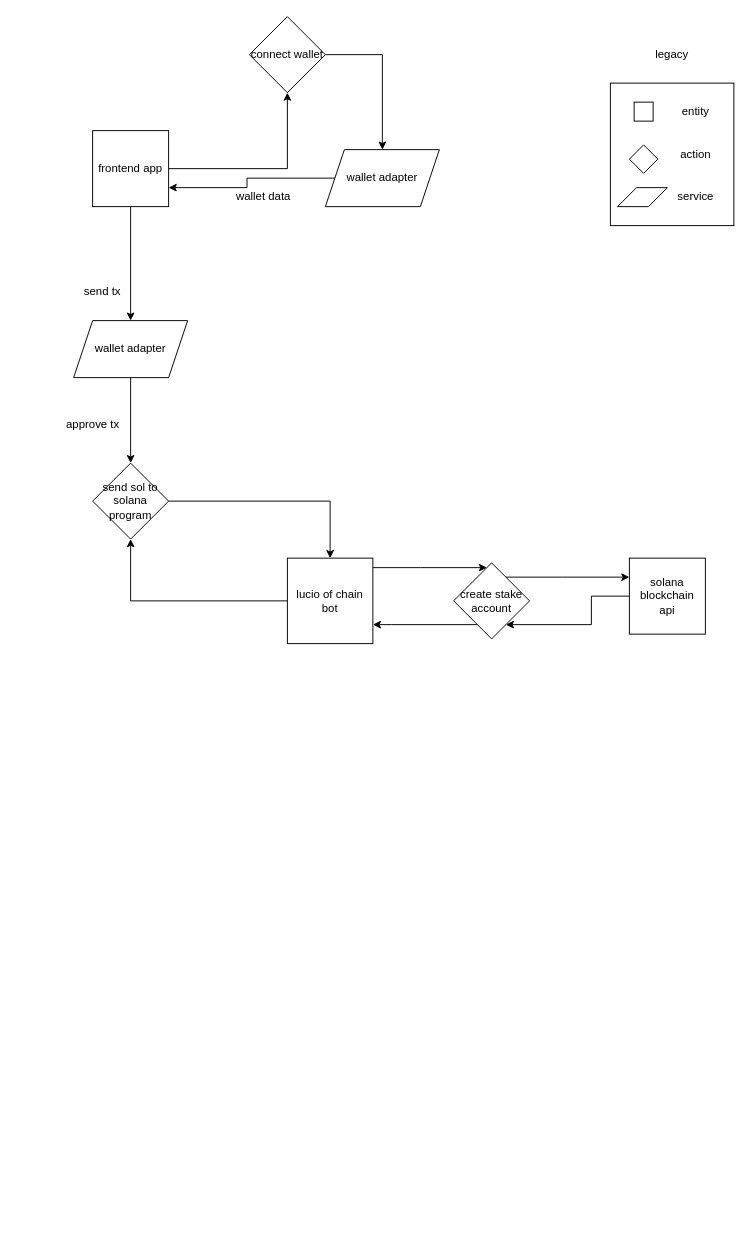
The draw.io diagram page "Flowchart" (2 of 2) of Untitled Diagram.drawio in AC-devon/jetter, before the edit. Source tidied: cells renumbered, new cells numbered last; positions are measured from the earlier drawing's top-left corner, leaving out a move shared by most shapes. Both pictures are drawn from the tidied source at 95%, with x=0, y=0 at pixel (59, 16).
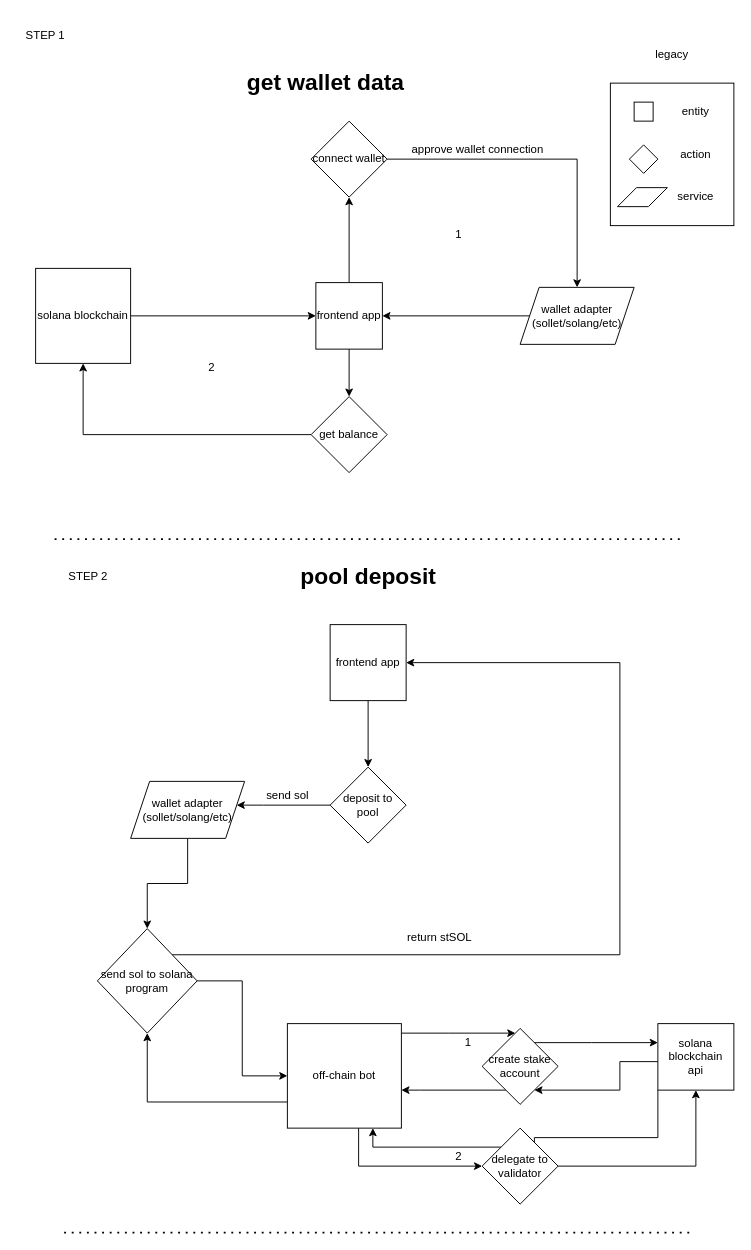
Above is the later version.

Change to the diagram source:
```diff
@@
-    <mxCell id="3" style="edgeStyle=orthogonalEdgeStyle;rounded=0;jettySize=auto;html=1;" parent="1" edge="1" source="4" target="30">
-      <mxGeometry relative="1" as="geometry" />
-    </mxCell>
+    <mxCell id="32" style="edgeStyle=orthogonalEdgeStyle;rounded=0;jettySize=auto;html=1;" parent="1" edge="1" source="4" target="46">
+      <mxGeometry relative="1" as="geometry" />
+    </mxCell>
     <mxCell id="4" value="frontend app" style="whiteSpace=wrap;html=1;" parent="1" vertex="1">
-      <mxGeometry x="35" y="120" width="80" height="80" as="geometry" />
+      <mxGeometry x="270" y="280" width="70" height="70" as="geometry" />
     </mxCell>
     <mxCell id="5" style="edgeStyle=orthogonalEdgeStyle;rounded=0;jettySize=auto;html=1;" parent="1" edge="1" source="7" target="25">
       <mxGeometry relative="1" as="geometry">
         <Array as="points">
-          <mxPoint x="380" y="580" />
-          <mxPoint x="380" y="580" />
+          <mxPoint x="410" y="1070" />
+          <mxPoint x="410" y="1070" />
         </Array>
       </mxGeometry>
     </mxCell>
+    <mxCell id="33" style="edgeStyle=orthogonalEdgeStyle;rounded=0;jettySize=auto;html=1;" parent="1" edge="1" source="7" target="58">
+      <mxGeometry relative="1" as="geometry">
+        <Array as="points">
+          <mxPoint x="315" y="1210" />
+        </Array>
+      </mxGeometry>
+    </mxCell>
-    <mxCell id="6" style="edgeStyle=orthogonalEdgeStyle;rounded=0;jettySize=auto;html=1;entryX=0.5;entryY=1;entryDx=0;entryDy=0;" parent="1" edge="1" source="7" target="22">
+    <mxCell id="6" style="edgeStyle=orthogonalEdgeStyle;rounded=0;jettySize=auto;html=1;exitX=0;exitY=0.75;exitDx=0;exitDy=0;entryX=0.5;entryY=1;entryDx=0;entryDy=0;" parent="1" edge="1" source="7" target="22">
       <mxGeometry relative="1" as="geometry" />
     </mxCell>
-    <mxCell id="7" value="&lt;span&gt;lucio of chain bot&lt;/span&gt;" style="rounded=0;whiteSpace=wrap;html=1;" parent="1" vertex="1">
-      <mxGeometry x="240" y="570" width="90" height="90" as="geometry" />
+    <mxCell id="7" value="&lt;span&gt;off-chain bot&lt;/span&gt;" style="rounded=0;whiteSpace=wrap;html=1;" parent="1" vertex="1">
+      <mxGeometry x="240" y="1060" width="120" height="110" as="geometry" />
     </mxCell>
@@
     <mxCell id="14" style="edgeStyle=orthogonalEdgeStyle;rounded=0;jettySize=auto;html=1;" parent="1" edge="1" source="15" target="17">
-      <mxGeometry relative="1" as="geometry">
-        <Array as="points">
-          <mxPoint x="340" y="40" />
-        </Array>
-      </mxGeometry>
+      <mxGeometry relative="1" as="geometry" />
     </mxCell>
     <mxCell id="15" value="connect wallet" style="rhombus;whiteSpace=wrap;html=1;" parent="1" vertex="1">
-      <mxGeometry x="200" width="80" height="80" as="geometry" />
+      <mxGeometry x="265" y="110" width="80" height="80" as="geometry" />
     </mxCell>
-    <mxCell id="16" style="edgeStyle=orthogonalEdgeStyle;rounded=0;jettySize=auto;html=1;exitX=0;exitY=0.5;exitDx=0;exitDy=0;entryX=1;entryY=0.75;entryDx=0;entryDy=0;" parent="1" edge="1" source="17" target="4">
+    <mxCell id="16" style="edgeStyle=orthogonalEdgeStyle;rounded=0;jettySize=auto;html=1;entryX=1;entryY=0.5;entryDx=0;entryDy=0;" parent="1" edge="1" source="17" target="4">
       <mxGeometry relative="1" as="geometry" />
     </mxCell>
-    <mxCell id="17" value="wallet adapter" style="shape=parallelogram;perimeter=parallelogramPerimeter;whiteSpace=wrap;html=1;fixedSize=1;" parent="1" vertex="1">
-      <mxGeometry x="280" y="140" width="120" height="60" as="geometry" />
+    <mxCell id="17" value="wallet adapter&lt;br&gt;(sollet/solang/etc)" style="shape=parallelogram;perimeter=parallelogramPerimeter;whiteSpace=wrap;html=1;fixedSize=1;" parent="1" vertex="1">
+      <mxGeometry x="485" y="285" width="120" height="60" as="geometry" />
     </mxCell>
@@
-    <mxCell id="20" value="wallet data" style="text;html=1;strokeColor=none;fillColor=none;align=center;verticalAlign=middle;whiteSpace=wrap;rounded=0;" parent="1" vertex="1">
-      <mxGeometry x="170" y="180" width="90" height="20" as="geometry" />
+    <mxCell id="20" value="&lt;h1&gt;&lt;b&gt;get wallet data&lt;/b&gt;&lt;/h1&gt;" style="text;html=1;strokeColor=none;fillColor=none;align=center;verticalAlign=middle;whiteSpace=wrap;rounded=0;" parent="1" vertex="1">
+      <mxGeometry x="142.5" y="60" width="275" height="20" as="geometry" />
     </mxCell>
+    <mxCell id="34" style="edgeStyle=orthogonalEdgeStyle;rounded=0;jettySize=auto;html=1;exitX=1;exitY=0;exitDx=0;exitDy=0;" parent="1" edge="1" source="22" target="39">
+      <mxGeometry relative="1" as="geometry">
+        <Array as="points">
+          <mxPoint x="590" y="988" />
+          <mxPoint x="590" y="680" />
+        </Array>
+      </mxGeometry>
+    </mxCell>
@@
     <mxCell id="22" value="send sol to solana program" style="rhombus;whiteSpace=wrap;html=1;" parent="1" vertex="1">
-      <mxGeometry x="35" y="470" width="80" height="80" as="geometry" />
+      <mxGeometry x="40" y="960" width="105" height="110" as="geometry" />
     </mxCell>
     <mxCell id="23" style="edgeStyle=orthogonalEdgeStyle;rounded=0;jettySize=auto;html=1;" parent="1" edge="1" source="25" target="27">
       <mxGeometry relative="1" as="geometry">
         <Array as="points">
-          <mxPoint x="530" y="590" />
-          <mxPoint x="530" y="590" />
+          <mxPoint x="560" y="1080" />
+          <mxPoint x="560" y="1080" />
         </Array>
       </mxGeometry>
     </mxCell>
     <mxCell id="24" style="edgeStyle=orthogonalEdgeStyle;rounded=0;jettySize=auto;html=1;" parent="1" edge="1" source="25" target="7">
       <mxGeometry relative="1" as="geometry">
         <Array as="points">
-          <mxPoint x="350" y="640" />
-          <mxPoint x="350" y="640" />
+          <mxPoint x="380" y="1130" />
+          <mxPoint x="380" y="1130" />
         </Array>
       </mxGeometry>
     </mxCell>
     <mxCell id="25" value="create stake account" style="rhombus;whiteSpace=wrap;html=1;rounded=0;" parent="1" vertex="1">
-      <mxGeometry x="415" y="575" width="80" height="80" as="geometry" />
+      <mxGeometry x="445" y="1065" width="80" height="80" as="geometry" />
     </mxCell>
     <mxCell id="26" style="edgeStyle=orthogonalEdgeStyle;rounded=0;jettySize=auto;html=1;" parent="1" edge="1" source="27" target="25">
       <mxGeometry relative="1" as="geometry">
         <Array as="points">
-          <mxPoint x="560" y="610" />
-          <mxPoint x="560" y="640" />
+          <mxPoint x="590" y="1100" />
+          <mxPoint x="590" y="1130" />
         </Array>
       </mxGeometry>
     </mxCell>
+    <mxCell id="35" style="edgeStyle=orthogonalEdgeStyle;rounded=0;jettySize=auto;html=1;exitX=0;exitY=1;exitDx=0;exitDy=0;entryX=0.875;entryY=0.413;entryDx=0;entryDy=0;entryPerimeter=0;" parent="1" edge="1" source="27" target="58">
+      <mxGeometry relative="1" as="geometry">
+        <Array as="points">
+          <mxPoint x="630" y="1180" />
+          <mxPoint x="500" y="1180" />
+          <mxPoint x="500" y="1203" />
+        </Array>
+      </mxGeometry>
+    </mxCell>
     <mxCell id="27" value="solana blockchain&lt;br&gt;api" style="whiteSpace=wrap;html=1;rounded=0;" parent="1" vertex="1">
-      <mxGeometry x="600" y="570" width="80" height="80" as="geometry" />
+      <mxGeometry x="630" y="1060" width="80" height="70" as="geometry" />
     </mxCell>
-    <mxCell id="28" value="send tx" style="text;html=1;align=center;verticalAlign=middle;" parent="1" vertex="1">
-      <mxGeometry x="20" y="280" width="50" height="20" as="geometry" />
-    </mxCell>
-    <mxCell id="29" style="edgeStyle=orthogonalEdgeStyle;rounded=0;jettySize=auto;html=1;" parent="1" edge="1" source="30" target="22">
-      <mxGeometry relative="1" as="geometry" />
-    </mxCell>
-    <mxCell id="30" value="wallet adapter" style="shape=parallelogram;perimeter=parallelogramPerimeter;whiteSpace=wrap;html=1;fixedSize=1;" parent="1" vertex="1">
-      <mxGeometry x="15" y="320" width="120" height="60" as="geometry" />
-    </mxCell>
-    <mxCell id="31" value="approve tx" style="text;html=1;align=center;verticalAlign=middle;" parent="1" vertex="1">
-      <mxGeometry y="420" width="70" height="20" as="geometry" />
-    </mxCell>
+    <mxCell id="36" style="endArrow=none;dashed=1;html=1;dashPattern=1 3;strokeWidth=2;" parent="1" edge="1">
+      <mxGeometry relative="1" as="geometry">
+        <mxPoint x="-5" y="550" as="sourcePoint" />
+        <mxPoint x="655" y="550" as="targetPoint" />
+      </mxGeometry>
+    </mxCell>
+    <mxCell id="37" value="STEP 1&lt;br&gt;" style="text;html=1;align=center;verticalAlign=middle;" parent="1" vertex="1">
+      <mxGeometry x="-45" y="10" width="60" height="20" as="geometry" />
+    </mxCell>
+    <mxCell id="38" style="edgeStyle=orthogonalEdgeStyle;rounded=0;jettySize=auto;html=1;" parent="1" edge="1" source="39" target="41">
+      <mxGeometry relative="1" as="geometry" />
+    </mxCell>
+    <mxCell id="39" value="frontend app" style="whiteSpace=wrap;html=1;" parent="1" vertex="1">
+      <mxGeometry x="285" y="640" width="80" height="80" as="geometry" />
+    </mxCell>
+    <mxCell id="40" style="edgeStyle=orthogonalEdgeStyle;rounded=0;jettySize=auto;html=1;" parent="1" edge="1" source="41" target="43">
+      <mxGeometry relative="1" as="geometry">
+        <Array as="points">
+          <mxPoint x="215" y="830" />
+          <mxPoint x="215" y="830" />
+        </Array>
+      </mxGeometry>
+    </mxCell>
+    <mxCell id="41" value="deposit to pool" style="rhombus;whiteSpace=wrap;html=1;" parent="1" vertex="1">
+      <mxGeometry x="285" y="790" width="80" height="80" as="geometry" />
+    </mxCell>
+    <mxCell id="42" style="edgeStyle=orthogonalEdgeStyle;rounded=0;jettySize=auto;html=1;" parent="1" edge="1" source="43" target="22">
+      <mxGeometry relative="1" as="geometry" />
+    </mxCell>
+    <mxCell id="43" value="wallet adapter&lt;br&gt;(sollet/solang/etc)" style="shape=parallelogram;perimeter=parallelogramPerimeter;whiteSpace=wrap;html=1;fixedSize=1;" parent="1" vertex="1">
+      <mxGeometry x="75" y="805" width="120" height="60" as="geometry" />
+    </mxCell>
+    <mxCell id="44" value="&lt;h1&gt;&lt;b&gt;pool deposit&lt;/b&gt;&lt;/h1&gt;" style="text;html=1;strokeColor=none;fillColor=none;align=center;verticalAlign=middle;whiteSpace=wrap;rounded=0;" parent="1" vertex="1">
+      <mxGeometry x="187.5" y="580" width="275" height="20" as="geometry" />
+    </mxCell>
+    <mxCell id="45" style="edgeStyle=orthogonalEdgeStyle;rounded=0;jettySize=auto;html=1;" parent="1" edge="1" source="46" target="48">
+      <mxGeometry relative="1" as="geometry" />
+    </mxCell>
+    <mxCell id="46" value="get balance" style="rhombus;whiteSpace=wrap;html=1;" parent="1" vertex="1">
+      <mxGeometry x="265" y="400" width="80" height="80" as="geometry" />
+    </mxCell>
+    <mxCell id="47" style="edgeStyle=orthogonalEdgeStyle;rounded=0;jettySize=auto;html=1;entryX=0;entryY=0.5;entryDx=0;entryDy=0;" parent="1" edge="1" source="48" target="4">
+      <mxGeometry relative="1" as="geometry" />
+    </mxCell>
+    <mxCell id="48" value="solana blockchain" style="whiteSpace=wrap;html=1;" parent="1" vertex="1">
+      <mxGeometry x="-25" y="265" width="100" height="100" as="geometry" />
+    </mxCell>
+    <mxCell id="49" value="STEP 2" style="text;html=1;align=center;verticalAlign=middle;" parent="1" vertex="1">
+      <mxGeometry y="580" width="60" height="20" as="geometry" />
+    </mxCell>
+    <mxCell id="50" style="endArrow=none;dashed=1;html=1;dashPattern=1 3;strokeWidth=2;" parent="1" edge="1">
+      <mxGeometry relative="1" as="geometry">
+        <mxPoint x="5" y="1280" as="sourcePoint" />
+        <mxPoint x="665" y="1280" as="targetPoint" />
+      </mxGeometry>
+    </mxCell>
+    <mxCell id="51" value="send sol" style="text;html=1;align=center;verticalAlign=middle;" parent="1" vertex="1">
+      <mxGeometry x="210" y="810" width="60" height="20" as="geometry" />
+    </mxCell>
+    <mxCell id="52" value="approve wallet connection" style="text;html=1;align=center;verticalAlign=middle;" parent="1" vertex="1">
+      <mxGeometry x="365" y="130" width="150" height="20" as="geometry" />
+    </mxCell>
+    <mxCell id="53" value="1" style="text;html=1;align=center;verticalAlign=middle;" parent="1" vertex="1">
+      <mxGeometry x="410" y="220" width="20" height="20" as="geometry" />
+    </mxCell>
+    <mxCell id="54" value="2" style="text;html=1;align=center;verticalAlign=middle;" parent="1" vertex="1">
+      <mxGeometry x="150" y="360" width="20" height="20" as="geometry" />
+    </mxCell>
+    <mxCell id="55" value="return stSOL" style="text;html=1;align=center;verticalAlign=middle;" parent="1" vertex="1">
+      <mxGeometry x="360" y="960" width="80" height="20" as="geometry" />
+    </mxCell>
+    <mxCell id="56" style="edgeStyle=orthogonalEdgeStyle;rounded=0;jettySize=auto;html=1;entryX=0.5;entryY=1;entryDx=0;entryDy=0;" parent="1" edge="1" source="58" target="27">
+      <mxGeometry relative="1" as="geometry" />
+    </mxCell>
+    <mxCell id="57" style="edgeStyle=orthogonalEdgeStyle;rounded=0;jettySize=auto;html=1;exitX=0;exitY=0;exitDx=0;exitDy=0;entryX=0.75;entryY=1;entryDx=0;entryDy=0;" parent="1" edge="1" source="58" target="7">
+      <mxGeometry relative="1" as="geometry" />
+    </mxCell>
+    <mxCell id="58" value="delegate to validator" style="rhombus;whiteSpace=wrap;html=1;rounded=0;" parent="1" vertex="1">
+      <mxGeometry x="445" y="1170" width="80" height="80" as="geometry" />
+    </mxCell>
+    <mxCell id="59" value="1" style="text;html=1;align=center;verticalAlign=middle;" parent="1" vertex="1">
+      <mxGeometry x="420" y="1070" width="20" height="20" as="geometry" />
+    </mxCell>
+    <mxCell id="60" value="2" style="text;html=1;align=center;verticalAlign=middle;" parent="1" vertex="1">
+      <mxGeometry x="410" y="1190" width="20" height="20" as="geometry" />
+    </mxCell>
```
